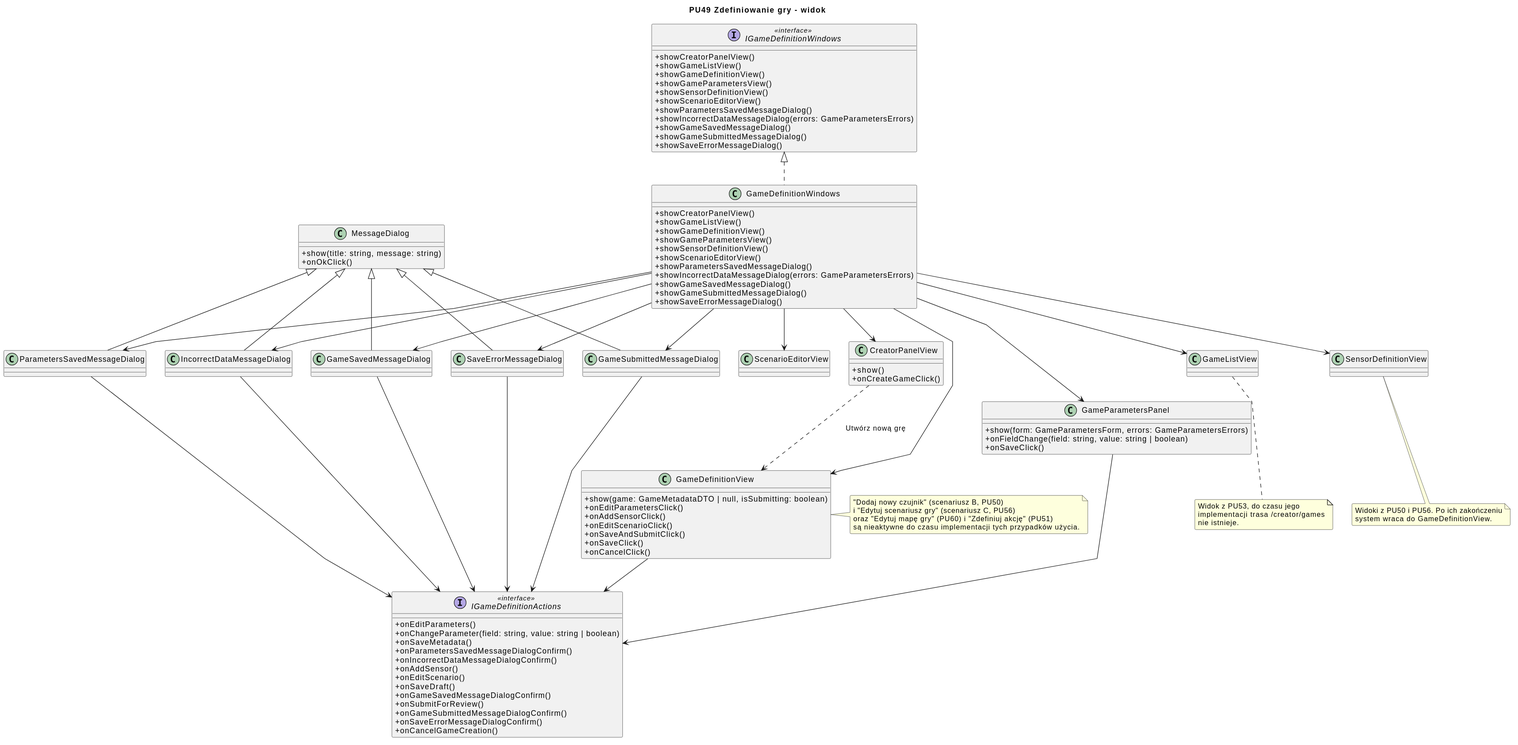
Earlier version of the PlantUML export diagrams/frontend/rendered/game-definition-view.svg (Igor-Ochocki/POP-2026Z).
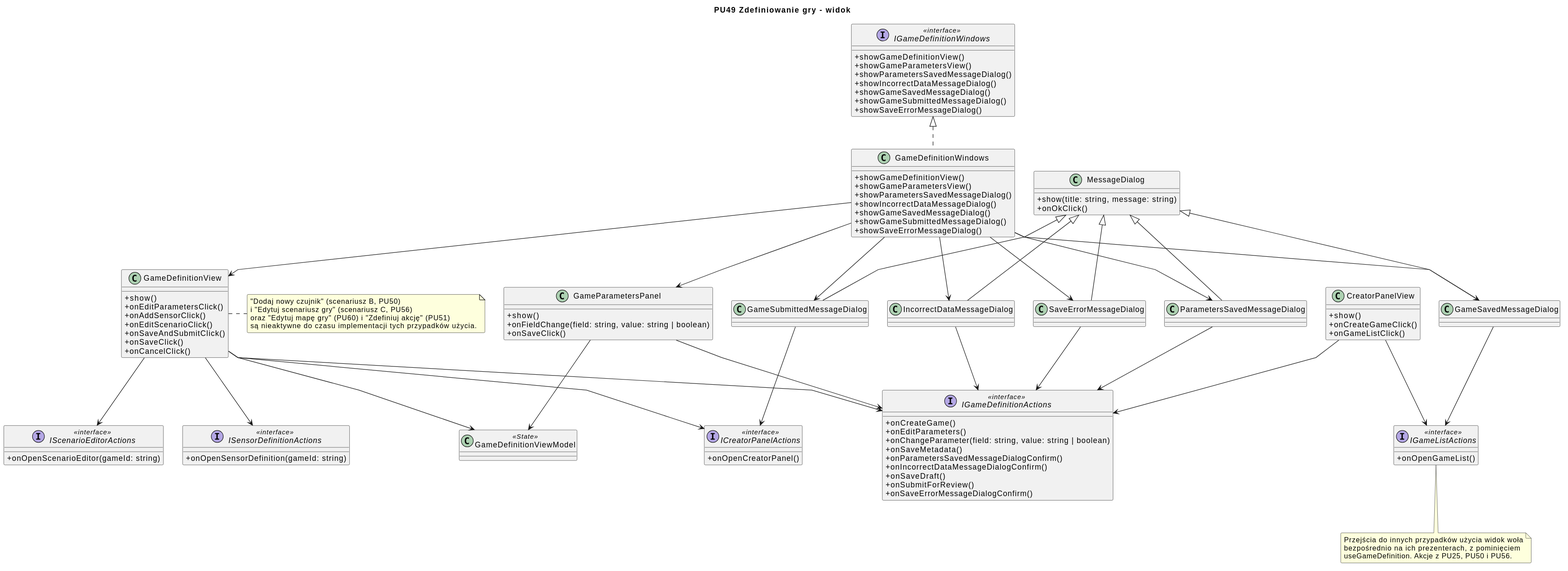
After the commit.

Commit message:
Poprawki diagramów frontendu PU49 Zdefiniowanie gry (#89)

Diff of the diagram source:
```diff
@@ -10,14 +10,11 @@
 class CreatorPanelView {
     + show()
     + onCreateGameClick()
+    + onGameListClick()
 }
 
-class GameListView
-class SensorDefinitionView
-class ScenarioEditorView
-
 class GameDefinitionView {
-    + show(game: GameMetadataDTO | null, isSubmitting: boolean)
+    + show()
     + onEditParametersClick()
     + onAddSensorClick()
     + onEditScenarioClick()
@@ -27,7 +24,7 @@
 }
 
 class GameParametersPanel {
-    + show(form: GameParametersForm, errors: GameParametersErrors)
+    + show()
     + onFieldChange(field: string, value: string | boolean)
     + onSaveClick()
 }
@@ -50,52 +47,65 @@
 SaveErrorMessageDialog -u-|> MessageDialog
 
 interface IGameDefinitionActions <<interface>> {
+    + onCreateGame()
     + onEditParameters()
     + onChangeParameter(field: string, value: string | boolean)
     + onSaveMetadata()
     + onParametersSavedMessageDialogConfirm()
     + onIncorrectDataMessageDialogConfirm()
-    + onAddSensor()
-    + onEditScenario()
     + onSaveDraft()
-    + onGameSavedMessageDialogConfirm()
     + onSubmitForReview()
-    + onGameSubmittedMessageDialogConfirm()
     + onSaveErrorMessageDialogConfirm()
-    + onCancelGameCreation()
 }
 
+interface ICreatorPanelActions <<interface>> {
+    + onOpenCreatorPanel()
+}
+
+interface IGameListActions <<interface>> {
+    + onOpenGameList()
+}
+
+interface IScenarioEditorActions <<interface>> {
+    + onOpenScenarioEditor(gameId: string)
+}
+
+interface ISensorDefinitionActions <<interface>> {
+    + onOpenSensorDefinition(gameId: string)
+}
+
+class GameDefinitionViewModel <<State>>
+
+CreatorPanelView --> IGameDefinitionActions
+CreatorPanelView --> IGameListActions
 GameDefinitionView --> IGameDefinitionActions
+GameDefinitionView --> ICreatorPanelActions
+GameDefinitionView --> IScenarioEditorActions
+GameDefinitionView --> ISensorDefinitionActions
+GameDefinitionView --> GameDefinitionViewModel
 GameParametersPanel --> IGameDefinitionActions
+GameParametersPanel --> GameDefinitionViewModel
 ParametersSavedMessageDialog --> IGameDefinitionActions
 IncorrectDataMessageDialog --> IGameDefinitionActions
-GameSavedMessageDialog --> IGameDefinitionActions
-GameSubmittedMessageDialog --> IGameDefinitionActions
+GameSavedMessageDialog --> IGameListActions
+GameSubmittedMessageDialog --> ICreatorPanelActions
 SaveErrorMessageDialog --> IGameDefinitionActions
 
 interface IGameDefinitionWindows <<interface>> {
-    + showCreatorPanelView()
-    + showGameListView()
     + showGameDefinitionView()
     + showGameParametersView()
-    + showSensorDefinitionView()
-    + showScenarioEditorView()
     + showParametersSavedMessageDialog()
-    + showIncorrectDataMessageDialog(errors: GameParametersErrors)
+    + showIncorrectDataMessageDialog()
     + showGameSavedMessageDialog()
     + showGameSubmittedMessageDialog()
     + showSaveErrorMessageDialog()
 }
 
 class GameDefinitionWindows {
-    + showCreatorPanelView()
-    + showGameListView()
     + showGameDefinitionView()
     + showGameParametersView()
-    + showSensorDefinitionView()
-    + showScenarioEditorView()
     + showParametersSavedMessageDialog()
-    + showIncorrectDataMessageDialog(errors: GameParametersErrors)
+    + showIncorrectDataMessageDialog()
     + showGameSavedMessageDialog()
     + showGameSubmittedMessageDialog()
     + showSaveErrorMessageDialog()
@@ -103,24 +113,18 @@
 
 GameDefinitionWindows .u.|> IGameDefinitionWindows
 
-GameDefinitionWindows --> CreatorPanelView
-GameDefinitionWindows --> GameListView
 GameDefinitionWindows --> GameDefinitionView
 GameDefinitionWindows --> GameParametersPanel
-GameDefinitionWindows --> SensorDefinitionView
-GameDefinitionWindows --> ScenarioEditorView
 GameDefinitionWindows --> ParametersSavedMessageDialog
 GameDefinitionWindows --> IncorrectDataMessageDialog
 GameDefinitionWindows --> GameSavedMessageDialog
 GameDefinitionWindows --> GameSubmittedMessageDialog
 GameDefinitionWindows --> SaveErrorMessageDialog
 
-CreatorPanelView ..> GameDefinitionView : "Utwórz nową grę"
-
-note bottom of GameListView
-    Widok z PU53, do czasu jego
-    implementacji trasa /creator/games
-    nie istnieje.
+note bottom of IGameListActions
+    Przejścia do innych przypadków użycia widok woła
+    bezpośrednio na ich prezenterach, z pominięciem
+    useGameDefinition. Akcje z PU25, PU50 i PU56.
 end note
 
 note right of GameDefinitionView
@@ -129,9 +133,4 @@
     oraz "Edytuj mapę gry" (PU60) i "Zdefiniuj akcję" (PU51)
     są nieaktywne do czasu implementacji tych przypadków użycia.
 end note
-
-note bottom of SensorDefinitionView
-    Widoki z PU50 i PU56. Po ich zakończeniu
-    system wraca do GameDefinitionView.
-end note
 @enduml
```
